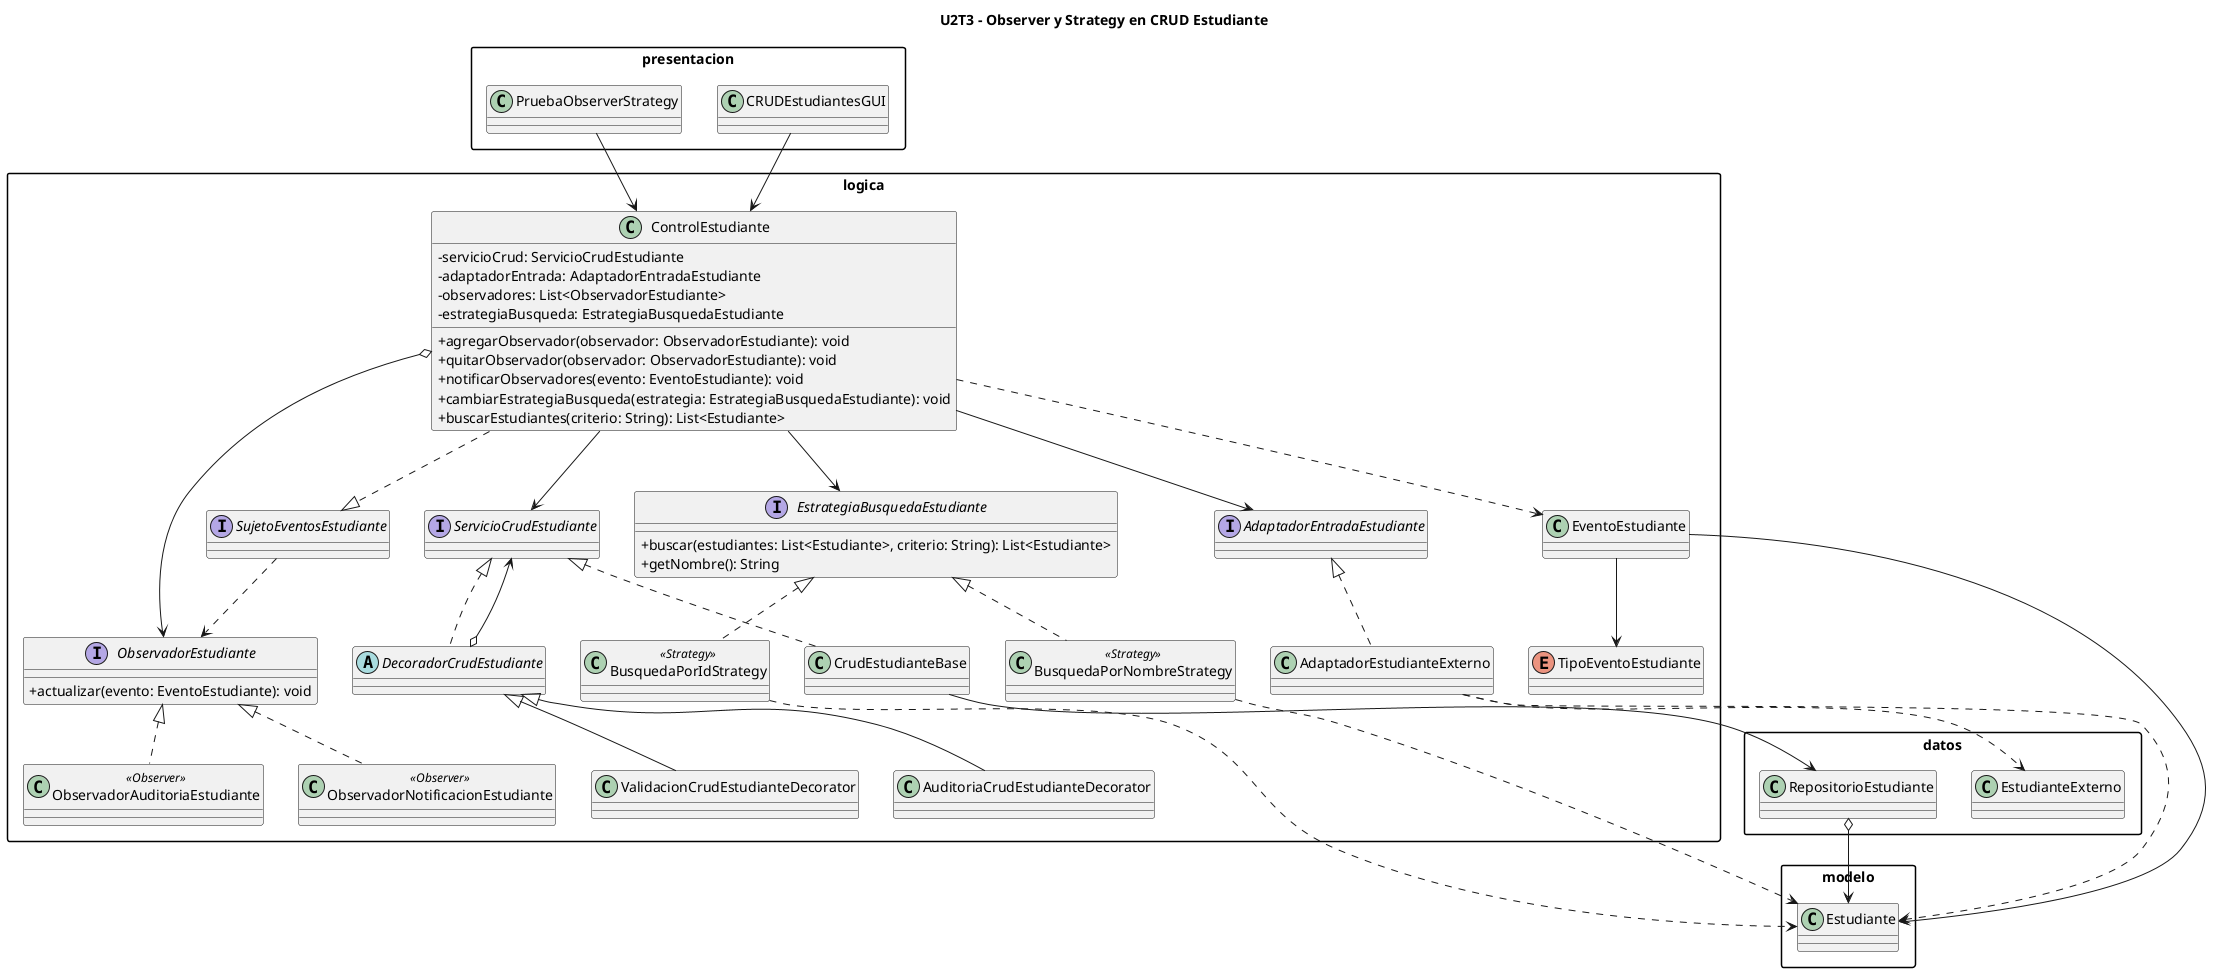
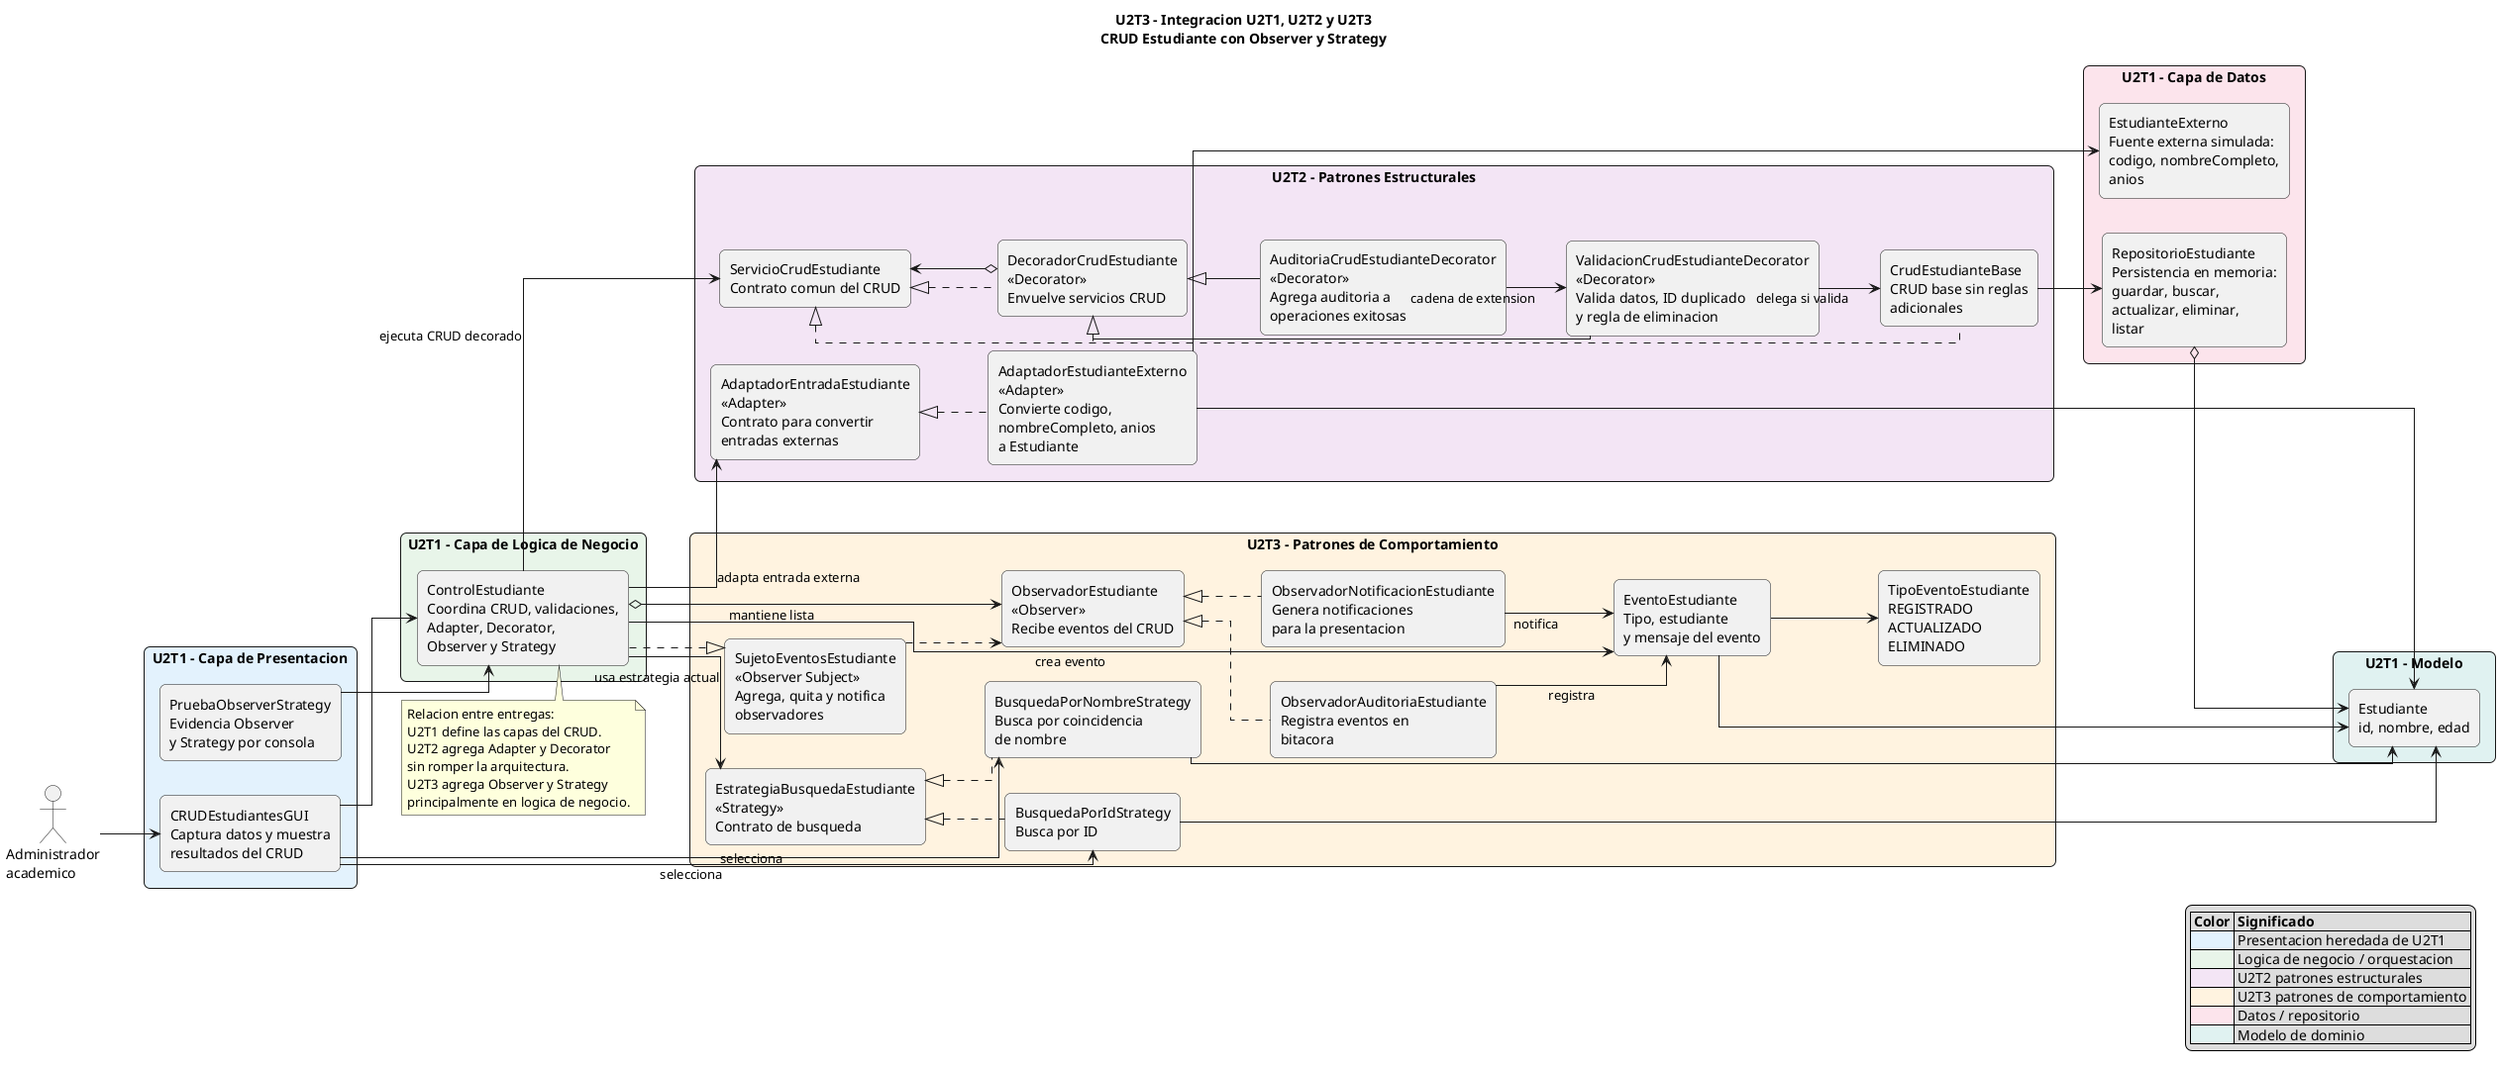
@startuml
- title U2T3 - Observer y Strategy en CRUD Estudiante
+ title U2T3 - Integracion U2T1, U2T2 y U2T3\nCRUD Estudiante con Observer y Strategy
+ 
+ left to right direction

skinparam packageStyle rectangle
+ skinparam shadowing false
+ skinparam defaultFontName Arial
+ skinparam linetype ortho
skinparam classAttributeIconSize 0

- package "presentacion" {
-   class CRUDEstudiantesGUI
-   class PruebaObserverStrategy
+ skinparam rectangle {
+   RoundCorner 12
}

- package "logica" {
-   class ControlEstudiante {
-     - servicioCrud: ServicioCrudEstudiante
-     - adaptadorEntrada: AdaptadorEntradaEstudiante
-     - observadores: List<ObservadorEstudiante>
-     - estrategiaBusqueda: EstrategiaBusquedaEstudiante
-     + agregarObservador(observador: ObservadorEstudiante): void
-     + quitarObservador(observador: ObservadorEstudiante): void
-     + notificarObservadores(evento: EventoEstudiante): void
-     + cambiarEstrategiaBusqueda(estrategia: EstrategiaBusquedaEstudiante): void
-     + buscarEstudiantes(criterio: String): List<Estudiante>
-   }
+ actor "Administrador\nacademico" as Admin

-   interface ObservadorEstudiante {
-     + actualizar(evento: EventoEstudiante): void
-   }
- 
-   interface SujetoEventosEstudiante
-   class EventoEstudiante
-   enum TipoEventoEstudiante
-   class ObservadorAuditoriaEstudiante <<Observer>>
-   class ObservadorNotificacionEstudiante <<Observer>>
- 
-   interface EstrategiaBusquedaEstudiante {
-     + buscar(estudiantes: List<Estudiante>, criterio: String): List<Estudiante>
-     + getNombre(): String
-   }
- 
-   class BusquedaPorIdStrategy <<Strategy>>
-   class BusquedaPorNombreStrategy <<Strategy>>
- 
-   interface ServicioCrudEstudiante
-   class CrudEstudianteBase
-   abstract class DecoradorCrudEstudiante
-   class ValidacionCrudEstudianteDecorator
-   class AuditoriaCrudEstudianteDecorator
-   interface AdaptadorEntradaEstudiante
-   class AdaptadorEstudianteExterno
+ package "U2T1 - Capa de Presentacion" #E3F2FD {
+   rectangle "CRUDEstudiantesGUI\nCaptura datos y muestra\nresultados del CRUD" as GUI
+   rectangle "PruebaObserverStrategy\nEvidencia Observer\ny Strategy por consola" as Test
}

- package "datos" {
-   class EstudianteExterno
-   class RepositorioEstudiante
+ package "U2T1 - Capa de Logica de Negocio" #E8F5E9 {
+   rectangle "ControlEstudiante\nCoordina CRUD, validaciones,\nAdapter, Decorator,\nObserver y Strategy" as Control
}

- package "modelo" {
-   class Estudiante
+ package "U2T2 - Patrones Estructurales" #F3E5F5 {
+   rectangle "AdaptadorEntradaEstudiante\n<<Adapter>>\nContrato para convertir\nentradas externas" as AdapterContract
+   rectangle "AdaptadorEstudianteExterno\n<<Adapter>>\nConvierte codigo,\nnombreCompleto, anios\na Estudiante" as Adapter
+ 
+   rectangle "ServicioCrudEstudiante\nContrato comun del CRUD" as CrudContract
+   rectangle "CrudEstudianteBase\nCRUD base sin reglas\nadicionales" as CrudBase
+   rectangle "DecoradorCrudEstudiante\n<<Decorator>>\nEnvuelve servicios CRUD" as DecoratorBase
+   rectangle "ValidacionCrudEstudianteDecorator\n<<Decorator>>\nValida datos, ID duplicado\ny regla de eliminacion" as ValidationDecorator
+   rectangle "AuditoriaCrudEstudianteDecorator\n<<Decorator>>\nAgrega auditoria a\noperaciones exitosas" as AuditDecorator
}

- CRUDEstudiantesGUI --> ControlEstudiante
- PruebaObserverStrategy --> ControlEstudiante
+ package "U2T3 - Patrones de Comportamiento" #FFF3E0 {
+   rectangle "SujetoEventosEstudiante\n<<Observer Subject>>\nAgrega, quita y notifica\nobservadores" as Subject
+   rectangle "EventoEstudiante\nTipo, estudiante\ny mensaje del evento" as Event
+   rectangle "TipoEventoEstudiante\nREGISTRADO\nACTUALIZADO\nELIMINADO" as EventType
+   rectangle "ObservadorEstudiante\n<<Observer>>\nRecibe eventos del CRUD" as ObserverContract
+   rectangle "ObservadorAuditoriaEstudiante\nRegistra eventos en\nbitacora" as AuditObserver
+   rectangle "ObservadorNotificacionEstudiante\nGenera notificaciones\npara la presentacion" as NotificationObserver

- ControlEstudiante ..|> SujetoEventosEstudiante
- SujetoEventosEstudiante ..> ObservadorEstudiante
- ControlEstudiante o--> ObservadorEstudiante
- ObservadorEstudiante <|.. ObservadorAuditoriaEstudiante
- ObservadorEstudiante <|.. ObservadorNotificacionEstudiante
- ControlEstudiante ..> EventoEstudiante
- EventoEstudiante --> TipoEventoEstudiante
- EventoEstudiante --> Estudiante
+   rectangle "EstrategiaBusquedaEstudiante\n<<Strategy>>\nContrato de busqueda" as StrategyContract
+   rectangle "BusquedaPorIdStrategy\nBusca por ID" as SearchById
+   rectangle "BusquedaPorNombreStrategy\nBusca por coincidencia\nde nombre" as SearchByName
+ }

- ControlEstudiante --> EstrategiaBusquedaEstudiante
- EstrategiaBusquedaEstudiante <|.. BusquedaPorIdStrategy
- EstrategiaBusquedaEstudiante <|.. BusquedaPorNombreStrategy
- BusquedaPorIdStrategy ..> Estudiante
- BusquedaPorNombreStrategy ..> Estudiante
+ package "U2T1 - Capa de Datos" #FCE4EC {
+   rectangle "RepositorioEstudiante\nPersistencia en memoria:\nguardar, buscar,\nactualizar, eliminar,\nlistar" as Repository
+   rectangle "EstudianteExterno\nFuente externa simulada:\ncodigo, nombreCompleto,\nanios" as ExternalStudent
+ }

- ControlEstudiante --> ServicioCrudEstudiante
- ControlEstudiante --> AdaptadorEntradaEstudiante
- AdaptadorEntradaEstudiante <|.. AdaptadorEstudianteExterno
- AdaptadorEstudianteExterno ..> EstudianteExterno
- AdaptadorEstudianteExterno ..> Estudiante
- ServicioCrudEstudiante <|.. CrudEstudianteBase
- ServicioCrudEstudiante <|.. DecoradorCrudEstudiante
- DecoradorCrudEstudiante o--> ServicioCrudEstudiante
- DecoradorCrudEstudiante <|-- ValidacionCrudEstudianteDecorator
- DecoradorCrudEstudiante <|-- AuditoriaCrudEstudianteDecorator
- CrudEstudianteBase --> RepositorioEstudiante
- RepositorioEstudiante o--> Estudiante
+ package "U2T1 - Modelo" #E0F2F1 {
+   rectangle "Estudiante\nid, nombre, edad" as Student
+ }
+ 
+ Admin --> GUI
+ GUI --> Control
+ Test --> Control
+ 
+ Control --> AdapterContract : adapta entrada externa
+ AdapterContract <|.. Adapter
+ Adapter --> ExternalStudent
+ Adapter --> Student
+ 
+ Control --> CrudContract : ejecuta CRUD decorado
+ CrudContract <|.. CrudBase
+ CrudContract <|.. DecoratorBase
+ DecoratorBase o--> CrudContract
+ DecoratorBase <|-- ValidationDecorator
+ DecoratorBase <|-- AuditDecorator
+ AuditDecorator --> ValidationDecorator : cadena de extension
+ ValidationDecorator --> CrudBase : delega si valida
+ CrudBase --> Repository
+ Repository o--> Student
+ 
+ Control ..|> Subject
+ Subject ..> ObserverContract
+ Control o--> ObserverContract : mantiene lista
+ ObserverContract <|.. AuditObserver
+ ObserverContract <|.. NotificationObserver
+ Control --> Event : crea evento
+ Event --> EventType
+ Event --> Student
+ AuditObserver --> Event : registra
+ NotificationObserver --> Event : notifica
+ 
+ Control --> StrategyContract : usa estrategia actual
+ StrategyContract <|.. SearchById
+ StrategyContract <|.. SearchByName
+ SearchById --> Student
+ SearchByName --> Student
+ GUI --> SearchById : selecciona
+ GUI --> SearchByName : selecciona
+ 
+ note top of Control
+ Relacion entre entregas:
+ U2T1 define las capas del CRUD.
+ U2T2 agrega Adapter y Decorator
+ sin romper la arquitectura.
+ U2T3 agrega Observer y Strategy
+ principalmente en logica de negocio.
+ end note
+ 
+ legend right
+ |= Color |= Significado |
+ |<#E3F2FD>| Presentacion heredada de U2T1 |
+ |<#E8F5E9>| Logica de negocio / orquestacion |
+ |<#F3E5F5>| U2T2 patrones estructurales |
+ |<#FFF3E0>| U2T3 patrones de comportamiento |
+ |<#FCE4EC>| Datos / repositorio |
+ |<#E0F2F1>| Modelo de dominio |
+ endlegend
+ 
@enduml
